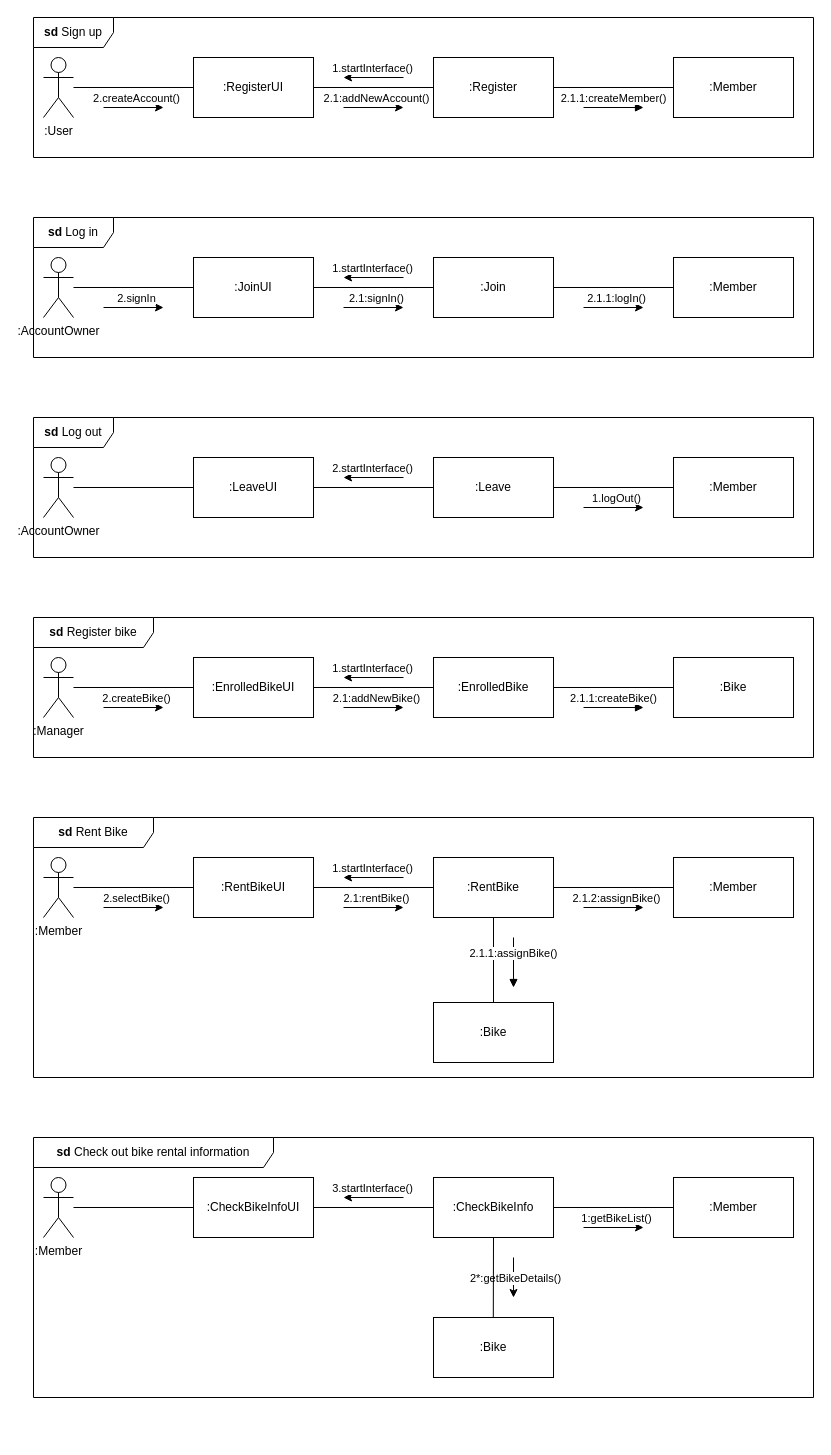
This is CommunicationDiagram.drawio from 23-hooon/software_engineering_assignment2, a draw.io file, before an edit. Source tidied: cells renumbered, new cells numbered last; positions are measured from the earlier drawing's top-left corner, leaving out a move shared by most shapes. Both pictures are drawn from the tidied source at 100%, with x=0, y=0 at pixel (33, 17).
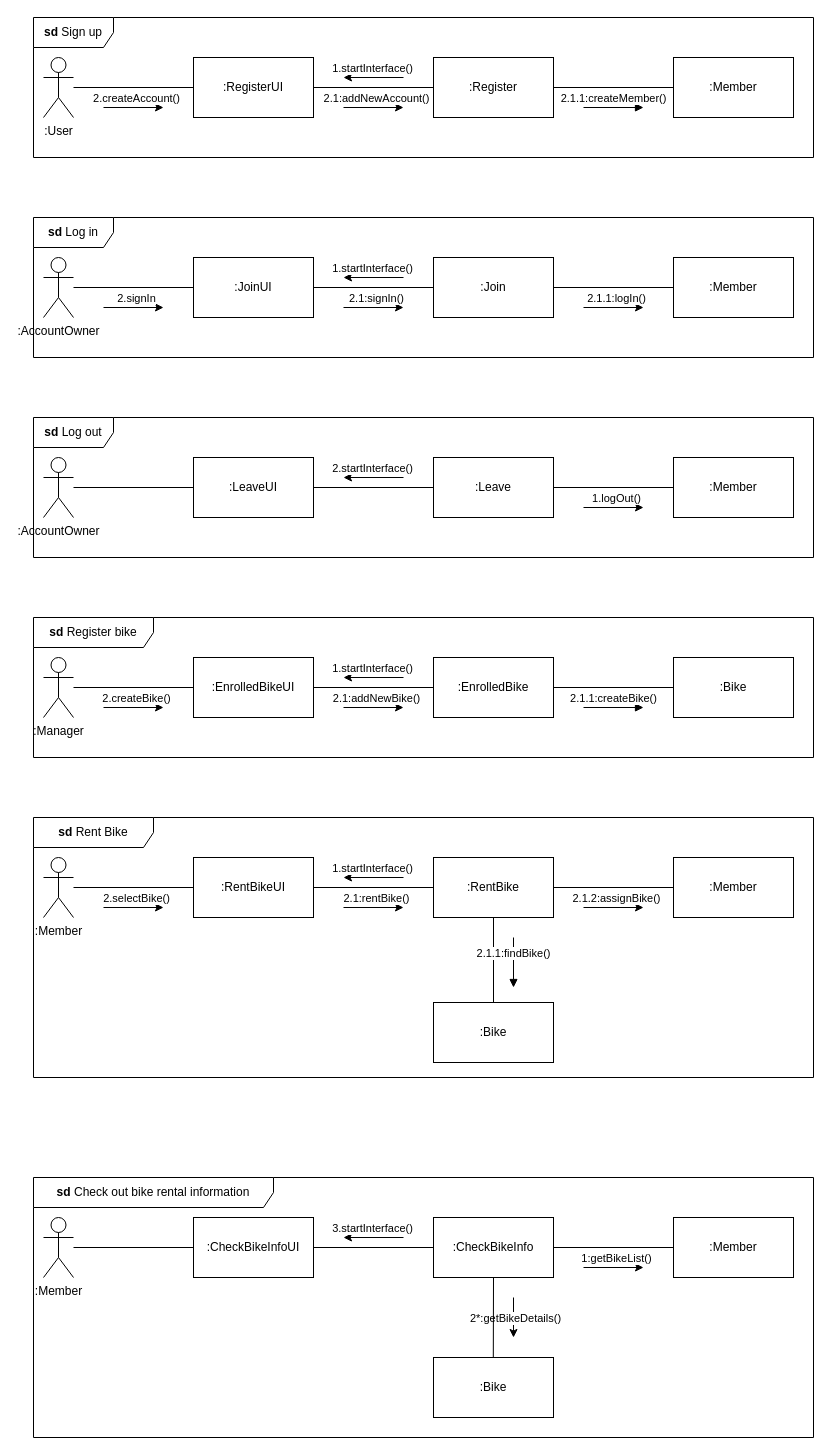
Above is the later version.

Commit message:
Fix: communication diagram 수정

Change to the diagram source:
```diff
@@
     <mxCell id="76" value=":CheckBikeInfoUI" style="rounded=0;whiteSpace=wrap;html=1;" parent="1" vertex="1">
-      <mxGeometry x="160" y="1160" width="120" height="60" as="geometry" />
+      <mxGeometry x="160" y="1200" width="120" height="60" as="geometry" />
     </mxCell>
@@
     <mxCell id="78" value=":CheckBikeInfo" style="rounded=0;whiteSpace=wrap;html=1;" parent="1" vertex="1">
-      <mxGeometry x="400" y="1160" width="120" height="60" as="geometry" />
+      <mxGeometry x="400" y="1200" width="120" height="60" as="geometry" />
     </mxCell>
     <mxCell id="79" value=":Member" style="shape=umlActor;verticalLabelPosition=bottom;verticalAlign=top;html=1;outlineConnect=0;" parent="1" vertex="1">
-      <mxGeometry x="10" y="1160" width="30" height="60" as="geometry" />
+      <mxGeometry x="10" y="1200" width="30" height="60" as="geometry" />
     </mxCell>
@@
     <mxCell id="81" value=":Member" style="rounded=0;whiteSpace=wrap;html=1;" parent="1" vertex="1">
-      <mxGeometry x="640" y="1160" width="120" height="60" as="geometry" />
+      <mxGeometry x="640" y="1200" width="120" height="60" as="geometry" />
     </mxCell>
     <mxCell id="82" value=":Bike" style="rounded=0;whiteSpace=wrap;html=1;" parent="1" vertex="1">
-      <mxGeometry x="400" y="1300" width="120" height="60" as="geometry" />
+      <mxGeometry x="400" y="1340" width="120" height="60" as="geometry" />
     </mxCell>
     <mxCell id="83" style="endArrow=classic;html=1;rounded=0;" parent="1" edge="1">
       <mxGeometry relative="1" as="geometry">
-        <mxPoint x="370" y="1180" as="sourcePoint" />
-        <mxPoint x="310" y="1180" as="targetPoint" />
+        <mxPoint x="370" y="1220" as="sourcePoint" />
+        <mxPoint x="310" y="1220" as="targetPoint" />
       </mxGeometry>
     </mxCell>
@@
     <mxCell id="85" value="&lt;b&gt;sd&lt;/b&gt;&amp;nbsp;Check out bike rental information" style="shape=umlFrame;whiteSpace=wrap;html=1;width=240;height=30;" parent="1" vertex="1">
-      <mxGeometry y="1120" width="780" height="260" as="geometry" />
+      <mxGeometry y="1160" width="780" height="260" as="geometry" />
     </mxCell>
     <mxCell id="86" style="endArrow=classic;html=1;rounded=0;entryX=0.5;entryY=0;entryDx=0;entryDy=0;" parent="1" edge="1">
       <mxGeometry relative="1" as="geometry">
-        <mxPoint x="480" y="1240" as="sourcePoint" />
-        <mxPoint x="480" y="1280" as="targetPoint" />
+        <mxPoint x="480" y="1280" as="sourcePoint" />
+        <mxPoint x="480" y="1320" as="targetPoint" />
       </mxGeometry>
     </mxCell>
@@
     <mxCell id="88" style="endArrow=classic;html=1;rounded=0;" parent="1" edge="1">
       <mxGeometry relative="1" as="geometry">
-        <mxPoint x="550" y="1210" as="sourcePoint" />
-        <mxPoint x="610" y="1210" as="targetPoint" />
+        <mxPoint x="550" y="1250" as="sourcePoint" />
+        <mxPoint x="610" y="1250" as="targetPoint" />
       </mxGeometry>
     </mxCell>
@@
     <mxCell id="91" style="endArrow=none;html=1;rounded=0;entryX=0.5;entryY=0;entryDx=0;entryDy=0;exitX=0.5;exitY=1;exitDx=0;exitDy=0;" parent="1" edge="1" source="78">
       <mxGeometry relative="1" as="geometry">
-        <mxPoint x="459.8" y="1300" as="targetPoint" />
+        <mxPoint x="459.8" y="1340" as="targetPoint" />
       </mxGeometry>
     </mxCell>
@@
-    <mxCell id="94" value="2.1.1:assignBike()" style="html=1;verticalAlign=bottom;endArrow=block;curved=0;rounded=0;" parent="1" edge="1">
+    <mxCell id="94" value="2.1.1:findBike()" style="html=1;verticalAlign=bottom;endArrow=block;curved=0;rounded=0;" parent="1" edge="1">
       <mxGeometry relative="1" as="geometry">
         <mxPoint x="480" y="920" as="sourcePoint" />
         <mxPoint x="480" y="970" as="targetPoint" />
       </mxGeometry>
     </mxCell>
```
